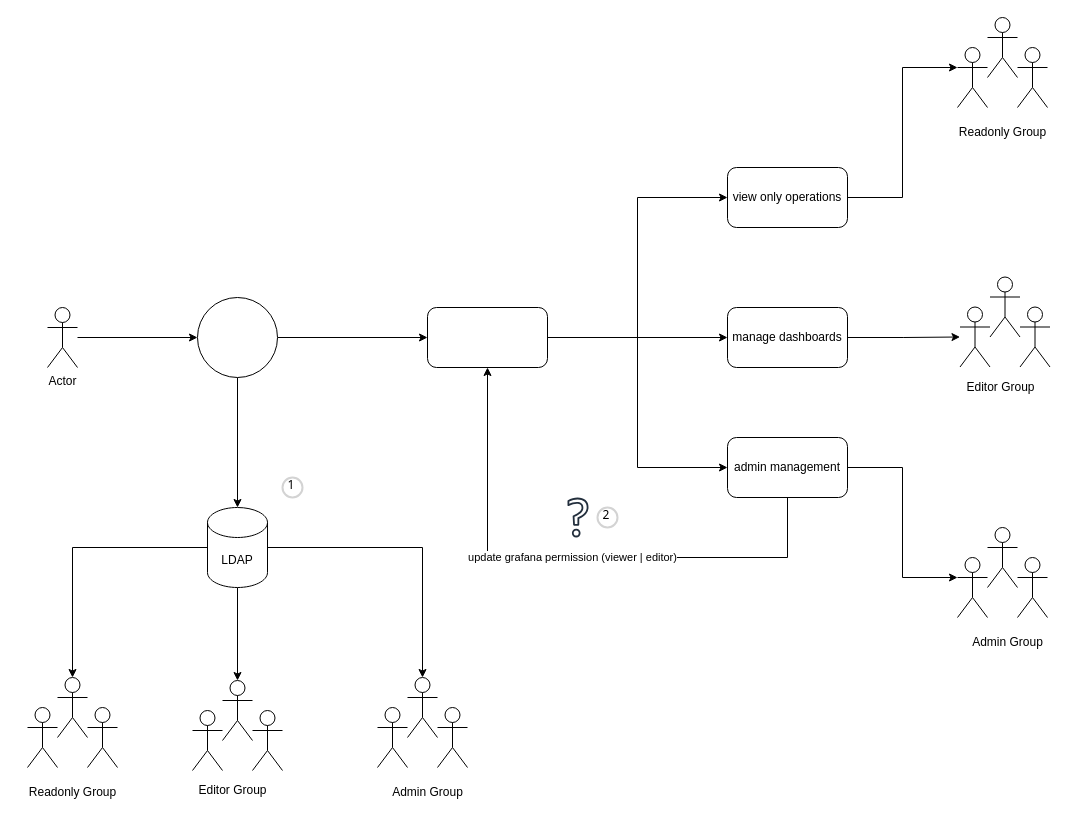
jiangtao7/draw.io keeps this draw.io diagram as grafana auth.drawio. Above is the earlier version. Source tidied: cells renumbered, new cells numbered last; positions are measured from the earlier drawing's top-left corner, leaving out a move shared by most shapes. Both pictures are drawn from the tidied source at 100%, with x=0, y=0 at pixel (17, 17).
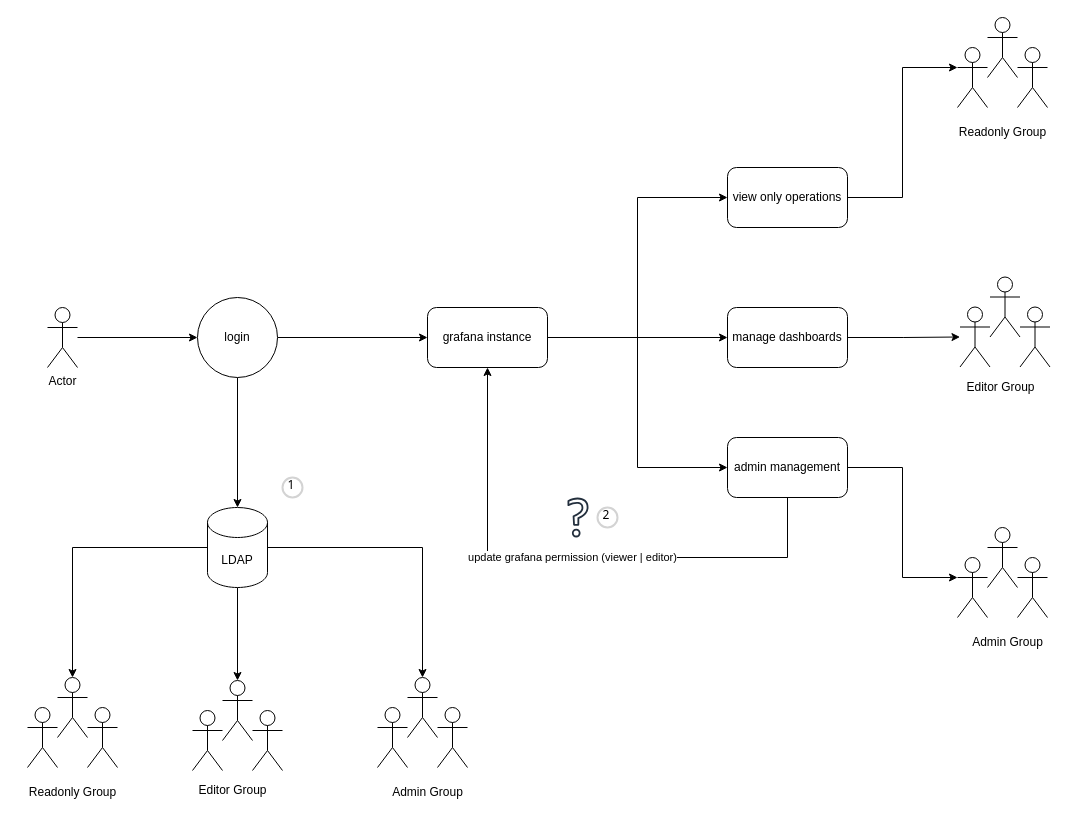
After the change.

Change to the diagram source:
```diff
@@
-    <mxCell id="6" style="ellipse;whiteSpace=wrap;html=1;" parent="1" vertex="1">
+    <mxCell id="6" value="login" style="ellipse;whiteSpace=wrap;html=1;" parent="1" vertex="1">
       <mxGeometry x="180" y="280" width="80" height="80" as="geometry" />
     </mxCell>
@@
-    <mxCell id="26" style="rounded=1;whiteSpace=wrap;html=1;" parent="1" vertex="1">
+    <mxCell id="26" value="grafana instance" style="rounded=1;whiteSpace=wrap;html=1;" parent="1" vertex="1">
       <mxGeometry x="410" y="290" width="120" height="60" as="geometry" />
     </mxCell>
```
